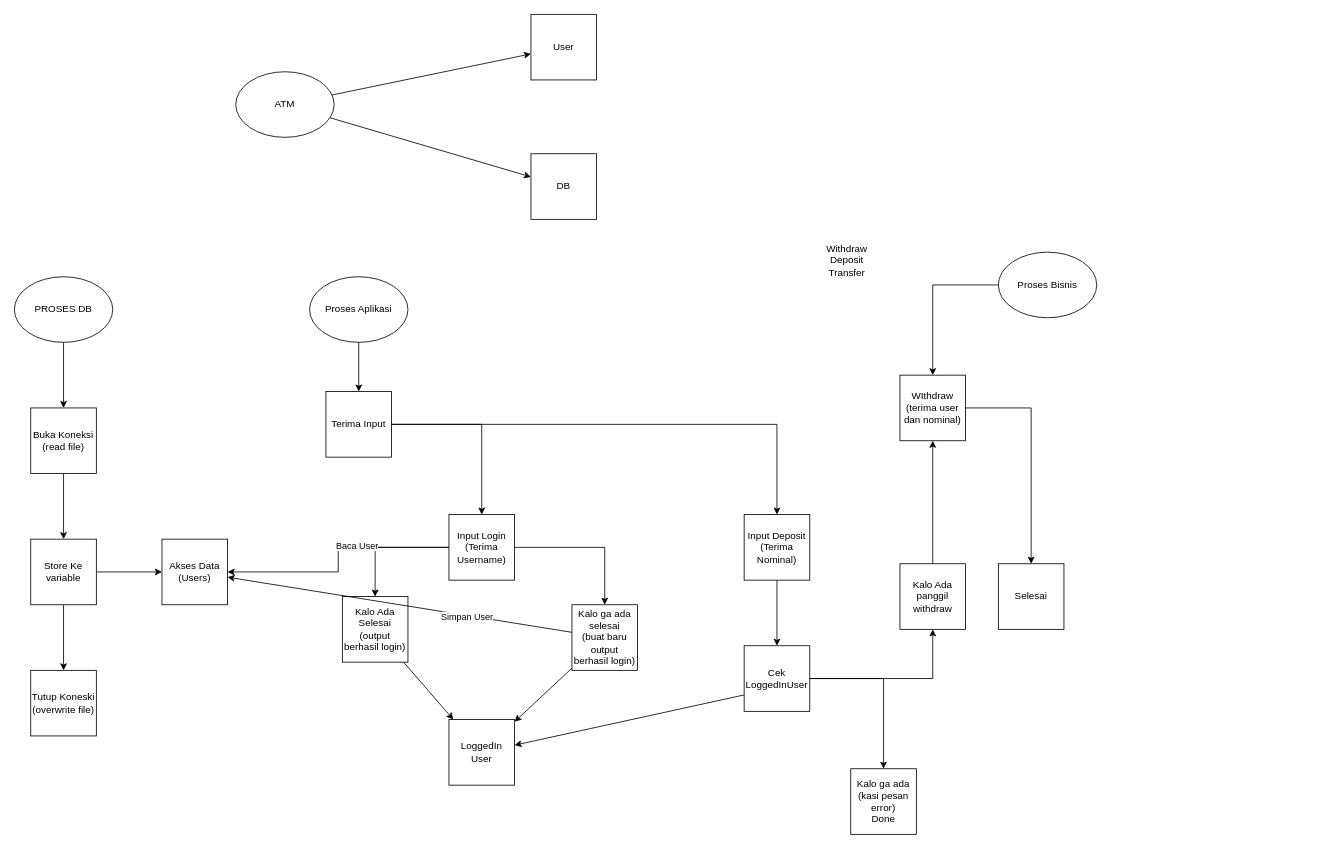
Earlier version of the draw.io diagram test.drawio (aulaleslie/learn-cli). Source tidied: cells renumbered, new cells numbered last; positions are measured from the earlier drawing's top-left corner, leaving out a move shared by most shapes. Both pictures are drawn from the tidied source at 82%, with x=0, y=0 at pixel (14, 14).
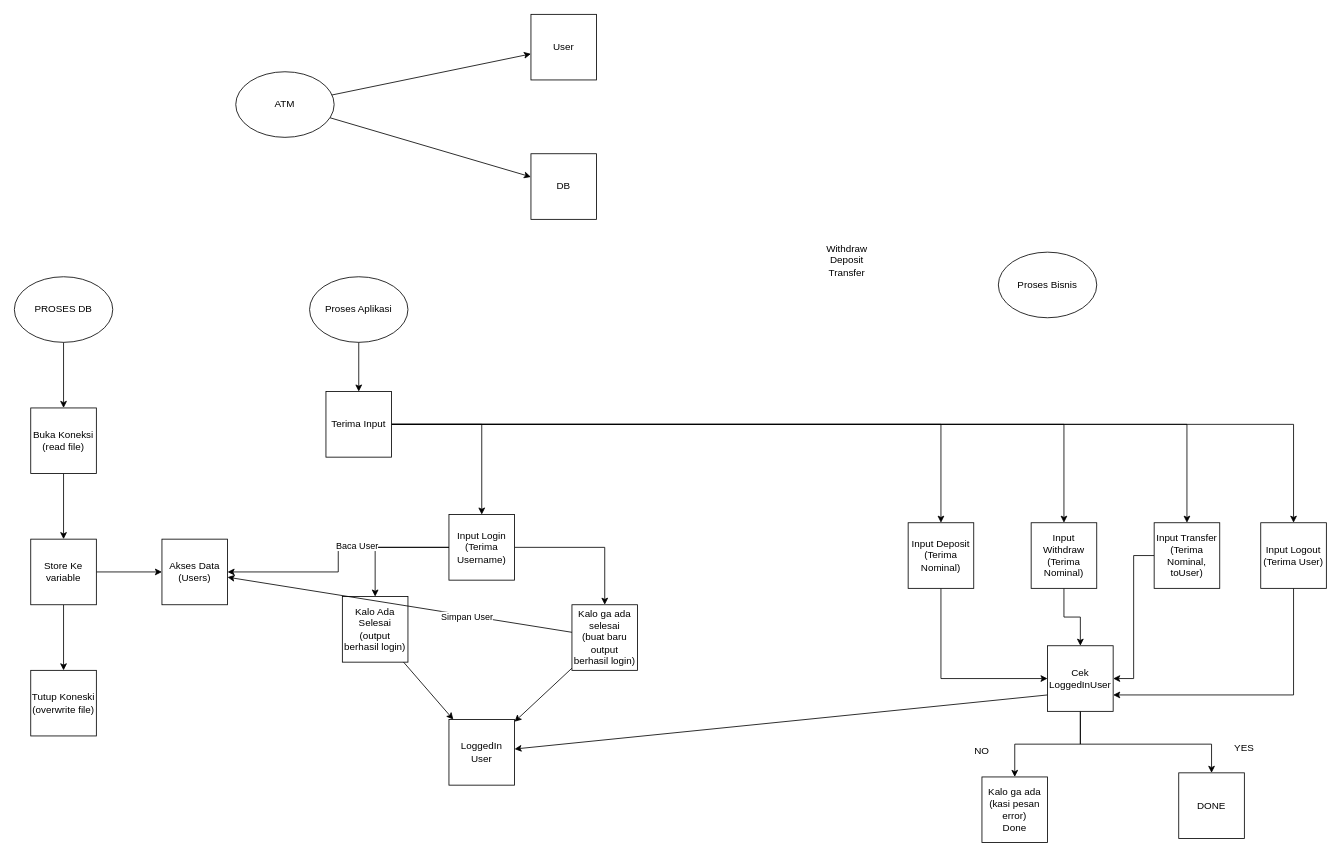
After the change.

The change refers to these unchanged cells:
```xml
<mxCell id="19" value="Terima Input" style="whiteSpace=wrap;html=1;" parent="1" vertex="1">
  <mxGeometry x="380" y="460" width="80" height="80" as="geometry" />
</mxCell>
<mxCell id="30" value="Proses Bisnis" style="ellipse;whiteSpace=wrap;html=1;" parent="1" vertex="1">
  <mxGeometry x="1200" y="290" width="120" height="80" as="geometry" />
</mxCell>
```

Diff of the diagram source:
```diff
@@
+    <mxCell id="37" style="edgeStyle=orthogonalEdgeStyle;rounded=0;jettySize=auto;html=1;entryX=0.5;entryY=0;entryDx=0;entryDy=0;" parent="1" edge="1" source="19" target="36">
+      <mxGeometry relative="1" as="geometry" />
+    </mxCell>
+    <mxCell id="48" style="edgeStyle=orthogonalEdgeStyle;rounded=0;jettySize=auto;html=1;entryX=0.5;entryY=0;entryDx=0;entryDy=0;" parent="1" edge="1" source="19" target="53">
+      <mxGeometry relative="1" as="geometry" />
+    </mxCell>
+    <mxCell id="49" style="edgeStyle=orthogonalEdgeStyle;rounded=0;jettySize=auto;html=1;entryX=0.5;entryY=0;entryDx=0;entryDy=0;" parent="1" edge="1" source="19" target="56">
+      <mxGeometry relative="1" as="geometry" />
+    </mxCell>
+    <mxCell id="50" style="edgeStyle=orthogonalEdgeStyle;rounded=0;jettySize=auto;html=1;entryX=0.5;entryY=0;entryDx=0;entryDy=0;" parent="1" edge="1" source="19" target="58">
+      <mxGeometry relative="1" as="geometry" />
+    </mxCell>
@@
-    <mxCell id="29" style="edgeStyle=orthogonalEdgeStyle;rounded=0;jettySize=auto;html=1;" parent="1" edge="1" source="30" target="45">
-      <mxGeometry relative="1" as="geometry" />
-    </mxCell>
@@
     <mxCell id="35" style="edgeStyle=orthogonalEdgeStyle;rounded=0;jettySize=auto;html=1;" parent="1" edge="1" source="36" target="41">
-      <mxGeometry relative="1" as="geometry" />
+      <mxGeometry relative="1" as="geometry">
+        <Array as="points">
+          <mxPoint x="1130" y="810" />
+        </Array>
+      </mxGeometry>
     </mxCell>
     <mxCell id="36" value="Input Deposit&lt;br&gt;(Terima Nominal)" style="whiteSpace=wrap;html=1;" parent="1" vertex="1">
-      <mxGeometry x="890" y="610" width="80" height="80" as="geometry" />
+      <mxGeometry x="1090" y="620" width="80" height="80" as="geometry" />
     </mxCell>
-    <mxCell id="37" style="edgeStyle=orthogonalEdgeStyle;rounded=0;jettySize=auto;html=1;" parent="1" edge="1" source="19" target="36">
-      <mxGeometry relative="1" as="geometry" />
-    </mxCell>
@@
-    <mxCell id="39" style="edgeStyle=orthogonalEdgeStyle;rounded=0;jettySize=auto;html=1;" parent="1" edge="1" source="41" target="42">
-      <mxGeometry relative="1" as="geometry" />
-    </mxCell>
@@
+    <mxCell id="51" style="edgeStyle=orthogonalEdgeStyle;rounded=0;jettySize=auto;html=1;entryX=0.5;entryY=0;entryDx=0;entryDy=0;" parent="1" edge="1" source="41" target="59">
+      <mxGeometry relative="1" as="geometry">
+        <Array as="points">
+          <mxPoint x="1300" y="890" />
+          <mxPoint x="1460" y="890" />
+        </Array>
+      </mxGeometry>
+    </mxCell>
     <mxCell id="41" value="Cek LoggedInUser" style="whiteSpace=wrap;html=1;" parent="1" vertex="1">
-      <mxGeometry x="890" y="770" width="80" height="80" as="geometry" />
+      <mxGeometry x="1260" y="770" width="80" height="80" as="geometry" />
     </mxCell>
-    <mxCell id="42" value="Kalo Ada panggil withdraw" style="whiteSpace=wrap;html=1;" parent="1" vertex="1">
-      <mxGeometry x="1080" y="670" width="80" height="80" as="geometry" />
-    </mxCell>
     <mxCell id="43" value="Kalo ga ada&lt;br&gt;(kasi pesan error)&lt;br&gt;Done" style="whiteSpace=wrap;html=1;" parent="1" vertex="1">
-      <mxGeometry x="1020" y="920" width="80" height="80" as="geometry" />
+      <mxGeometry x="1180" y="930" width="80" height="80" as="geometry" />
     </mxCell>
-    <mxCell id="44" style="edgeStyle=orthogonalEdgeStyle;rounded=0;jettySize=auto;html=1;" parent="1" edge="1" source="45" target="47">
-      <mxGeometry relative="1" as="geometry" />
-    </mxCell>
-    <mxCell id="45" value="WIthdraw&lt;br&gt;(terima user dan nominal)" style="whiteSpace=wrap;html=1;" parent="1" vertex="1">
-      <mxGeometry x="1080" y="440" width="80" height="80" as="geometry" />
-    </mxCell>
-    <mxCell id="46" style="edgeStyle=orthogonalEdgeStyle;rounded=0;jettySize=auto;html=1;" parent="1" edge="1" source="42" target="45">
-      <mxGeometry relative="1" as="geometry" />
-    </mxCell>
-    <mxCell id="47" value="Selesai" style="whiteSpace=wrap;html=1;" parent="1" vertex="1">
-      <mxGeometry x="1200" y="670" width="80" height="80" as="geometry" />
-    </mxCell>
+    <mxCell id="52" style="edgeStyle=orthogonalEdgeStyle;rounded=0;jettySize=auto;html=1;entryX=0.5;entryY=0;entryDx=0;entryDy=0;" parent="1" edge="1" source="53" target="41">
+      <mxGeometry relative="1" as="geometry" />
+    </mxCell>
+    <mxCell id="53" value="Input Withdraw&lt;br&gt;(Terima Nominal)" style="whiteSpace=wrap;html=1;" parent="1" vertex="1">
+      <mxGeometry x="1240" y="620" width="80" height="80" as="geometry" />
+    </mxCell>
+    <mxCell id="54" value="NO" style="text;html=1;strokeColor=none;fillColor=none;align=center;verticalAlign=middle;whiteSpace=wrap;rounded=0;" parent="1" vertex="1">
+      <mxGeometry x="1150" y="870" width="60" height="55" as="geometry" />
+    </mxCell>
+    <mxCell id="55" style="edgeStyle=orthogonalEdgeStyle;rounded=0;jettySize=auto;html=1;entryX=1;entryY=0.5;entryDx=0;entryDy=0;" parent="1" edge="1" source="56" target="41">
+      <mxGeometry relative="1" as="geometry" />
+    </mxCell>
+    <mxCell id="56" value="Input Transfer&lt;br&gt;(Terima Nominal,&lt;br&gt;toUser)" style="whiteSpace=wrap;html=1;" parent="1" vertex="1">
+      <mxGeometry x="1390" y="620" width="80" height="80" as="geometry" />
+    </mxCell>
+    <mxCell id="57" style="edgeStyle=orthogonalEdgeStyle;rounded=0;jettySize=auto;html=1;entryX=1;entryY=0.75;entryDx=0;entryDy=0;" parent="1" edge="1" source="58" target="41">
+      <mxGeometry relative="1" as="geometry">
+        <Array as="points">
+          <mxPoint x="1560" y="830" />
+        </Array>
+      </mxGeometry>
+    </mxCell>
+    <mxCell id="58" value="Input Logout&lt;br&gt;(Terima User)" style="whiteSpace=wrap;html=1;" parent="1" vertex="1">
+      <mxGeometry x="1520" y="620" width="80" height="80" as="geometry" />
+    </mxCell>
+    <mxCell id="59" value="DONE" style="whiteSpace=wrap;html=1;" parent="1" vertex="1">
+      <mxGeometry x="1420" y="925" width="80" height="80" as="geometry" />
+    </mxCell>
+    <mxCell id="60" value="YES" style="text;html=1;strokeColor=none;fillColor=none;align=center;verticalAlign=middle;whiteSpace=wrap;rounded=0;" parent="1" vertex="1">
+      <mxGeometry x="1470" y="880" width="60" height="30" as="geometry" />
+    </mxCell>
```
